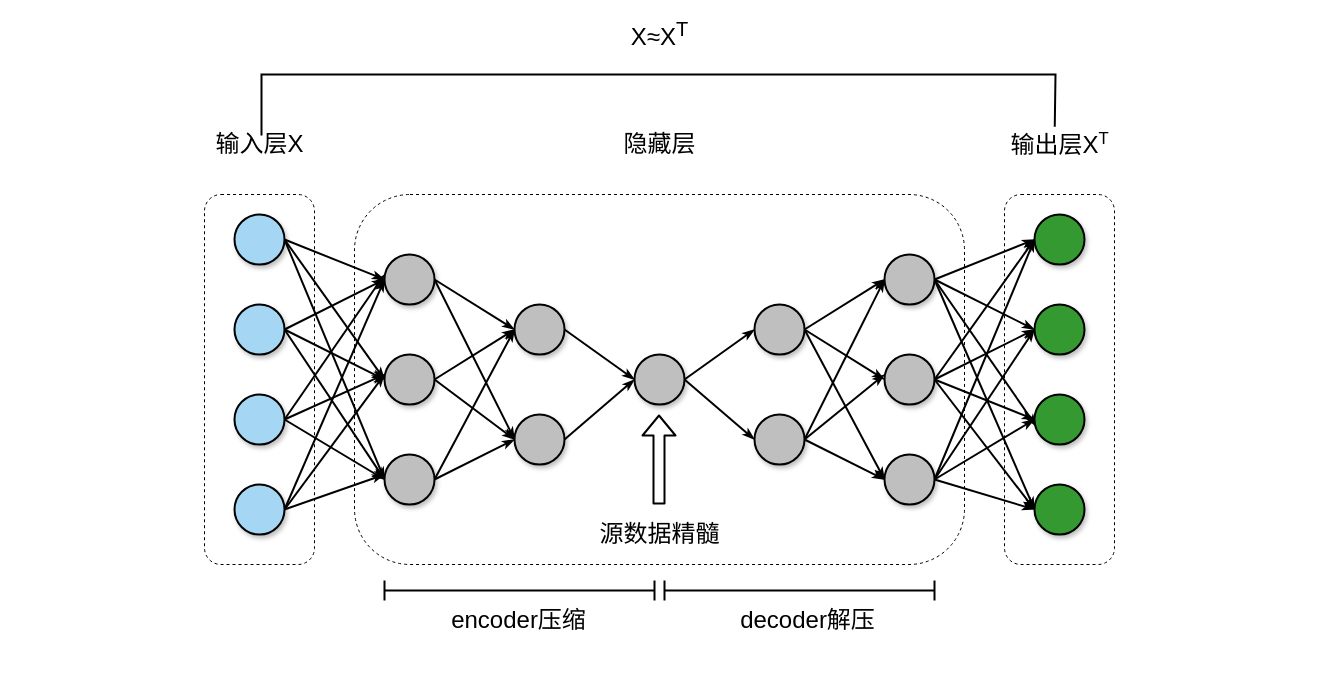
This is page "Page-28" (25 of 25) of 频道首页执行流程.drawio from hpk1994/shophome, a draw.io file, before an edit. Source tidied: cells renumbered, new cells numbered last; positions are measured from the earlier drawing's top-left corner, leaving out a move shared by most shapes. Both pictures are drawn from the tidied source at 100%, with x=0, y=0 at pixel (204, 19).
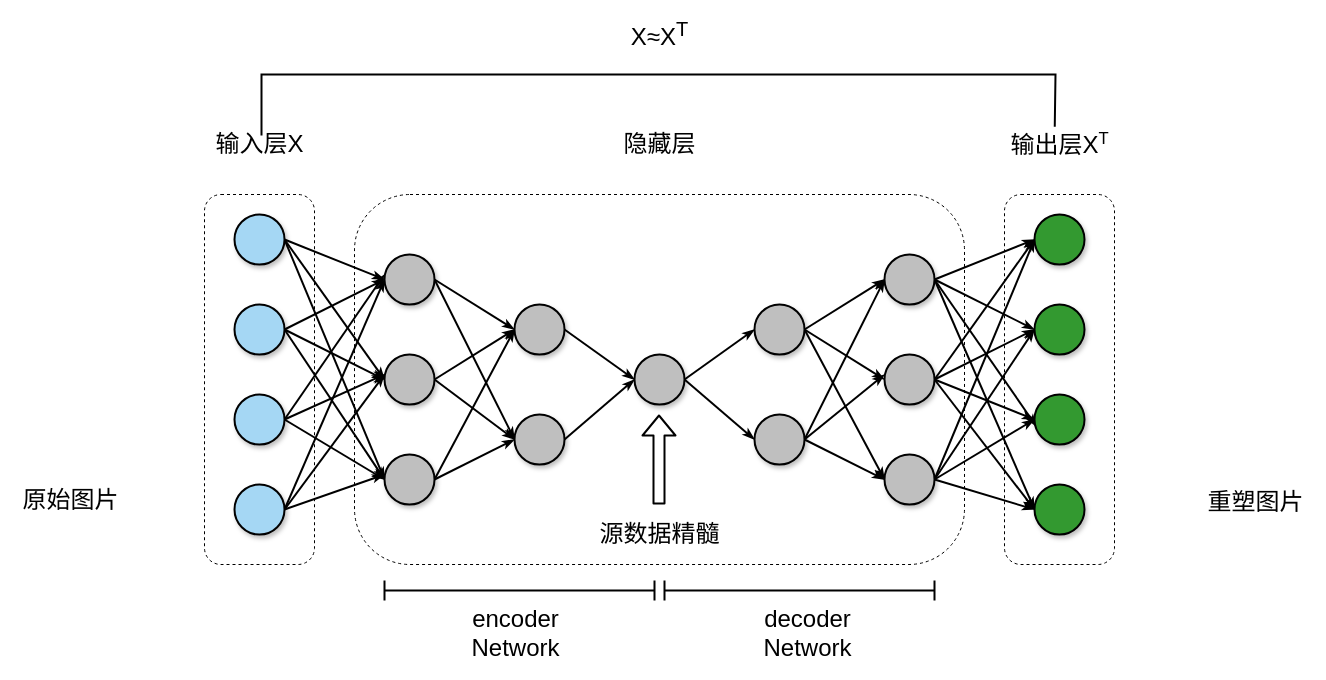
The same page after the edit.

Commit message:
Update 频道首页执行流程.drawio

Change to the diagram source:
```diff
@@
-    <mxCell id="69" value="&lt;font style=&quot;font-size: 24px&quot;&gt;encoder压缩&lt;/font&gt;" style="text;html=1;align=center;verticalAlign=middle;" parent="1" vertex="1">
-      <mxGeometry x="239" y="591" width="150" height="20" as="geometry" />
+    <mxCell id="69" value="&lt;font style=&quot;font-size: 24px&quot;&gt;encoder&lt;br&gt;Network&lt;br&gt;&lt;/font&gt;" style="text;html=1;align=center;verticalAlign=middle;" parent="1" vertex="1">
+      <mxGeometry x="262" y="594" width="98" height="40" as="geometry" />
     </mxCell>
-    <mxCell id="70" value="&lt;font style=&quot;font-size: 24px&quot;&gt;decoder解压&lt;/font&gt;" style="text;html=1;align=center;verticalAlign=middle;" parent="1" vertex="1">
-      <mxGeometry x="528" y="591" width="150" height="20" as="geometry" />
+    <mxCell id="70" value="&lt;font style=&quot;font-size: 24px&quot;&gt;decoder&lt;br&gt;Network&lt;br&gt;&lt;/font&gt;" style="text;html=1;align=center;verticalAlign=middle;" parent="1" vertex="1">
+      <mxGeometry x="554" y="594" width="98" height="40" as="geometry" />
     </mxCell>
@@
+    <mxCell id="75" value="&lt;font style=&quot;font-size: 24px&quot;&gt;原始图片&lt;/font&gt;" style="text;html=1;align=center;verticalAlign=middle;" parent="1" vertex="1">
+      <mxGeometry x="-187.5" y="470" width="106" height="22" as="geometry" />
+    </mxCell>
+    <mxCell id="76" value="&lt;font style=&quot;font-size: 24px&quot;&gt;重塑图片&lt;/font&gt;" style="text;html=1;align=center;verticalAlign=middle;" parent="1" vertex="1">
+      <mxGeometry x="998" y="472" width="106" height="22" as="geometry" />
+    </mxCell>
```
